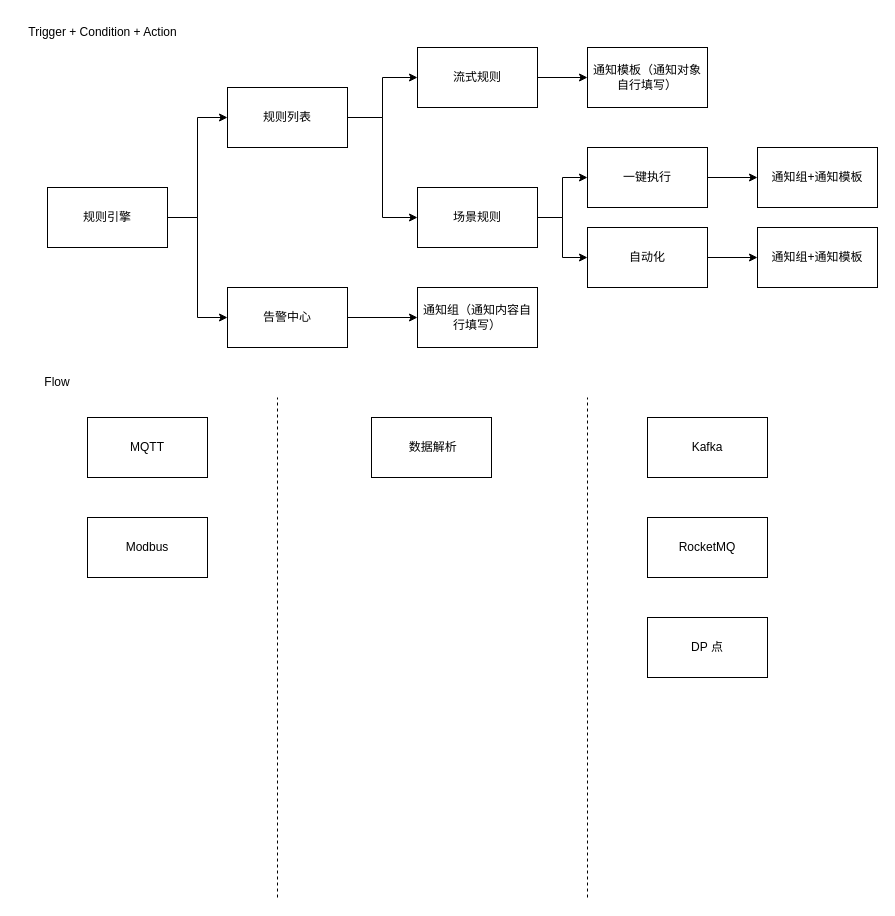
Sidamor/drawio keeps this draw.io diagram as page "Flow" (5 of 9) of Hedv.drawio. Above is the earlier version. Source tidied: cells renumbered, new cells numbered last; positions are measured from the earlier drawing's top-left corner, leaving out a move shared by most shapes. Both pictures are drawn from the tidied source at 100%, with x=0, y=0 at pixel (17, 17).
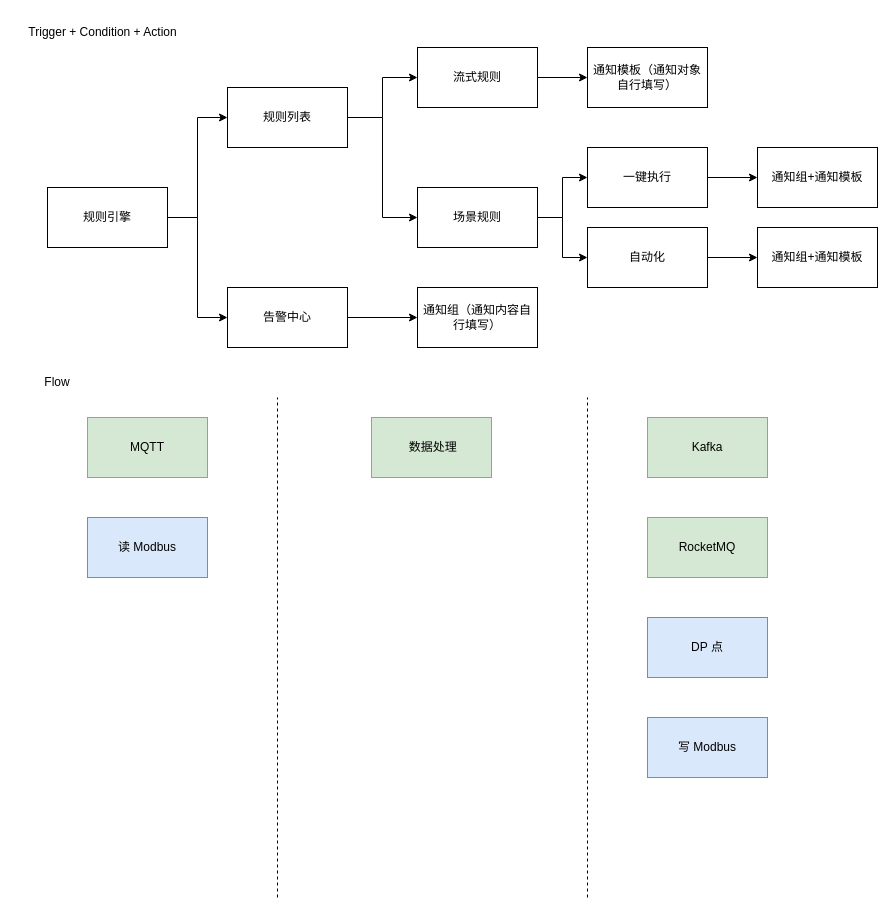
After the change.

The edit, as a diff of the source:
```diff
@@
-    <mxCell id="27" value="MQTT" style="rounded=0;whiteSpace=wrap;html=1;" parent="1" vertex="1">
+    <mxCell id="27" value="MQTT" style="rounded=0;whiteSpace=wrap;html=1;fillColor=#d5e8d4;strokeColor=#82b366;" parent="1" vertex="1">
       <mxGeometry x="70" y="400" width="120" height="60" as="geometry" />
     </mxCell>
-    <mxCell id="28" value="Modbus" style="rounded=0;whiteSpace=wrap;html=1;" parent="1" vertex="1">
+    <mxCell id="28" value="读 Modbus" style="rounded=0;whiteSpace=wrap;html=1;fillColor=#dae8fc;strokeColor=#6c8ebf;" parent="1" vertex="1">
       <mxGeometry x="70" y="500" width="120" height="60" as="geometry" />
     </mxCell>
-    <mxCell id="29" value="&amp;nbsp;数据解析" style="rounded=0;whiteSpace=wrap;html=1;" parent="1" vertex="1">
+    <mxCell id="29" value="&amp;nbsp;数据处理" style="rounded=0;whiteSpace=wrap;html=1;fillColor=#d5e8d4;strokeColor=#82b366;" parent="1" vertex="1">
       <mxGeometry x="354" y="400" width="120" height="60" as="geometry" />
     </mxCell>
-    <mxCell id="30" value="Kafka" style="rounded=0;whiteSpace=wrap;html=1;" parent="1" vertex="1">
+    <mxCell id="30" value="Kafka" style="rounded=0;whiteSpace=wrap;html=1;fillColor=#d5e8d4;strokeColor=#82b366;" parent="1" vertex="1">
       <mxGeometry x="630" y="400" width="120" height="60" as="geometry" />
     </mxCell>
-    <mxCell id="31" value="RocketMQ" style="rounded=0;whiteSpace=wrap;html=1;" parent="1" vertex="1">
+    <mxCell id="31" value="RocketMQ" style="rounded=0;whiteSpace=wrap;html=1;fillColor=#d5e8d4;strokeColor=#82b366;" parent="1" vertex="1">
       <mxGeometry x="630" y="500" width="120" height="60" as="geometry" />
     </mxCell>
-    <mxCell id="32" value="DP 点" style="rounded=0;whiteSpace=wrap;html=1;" parent="1" vertex="1">
+    <mxCell id="32" value="DP 点" style="rounded=0;whiteSpace=wrap;html=1;fillColor=#dae8fc;strokeColor=#6c8ebf;" parent="1" vertex="1">
       <mxGeometry x="630" y="600" width="120" height="60" as="geometry" />
     </mxCell>
+    <mxCell id="33" value="写 Modbus" style="rounded=0;whiteSpace=wrap;html=1;fillColor=#dae8fc;strokeColor=#6c8ebf;" parent="1" vertex="1">
+      <mxGeometry x="630" y="700" width="120" height="60" as="geometry" />
+    </mxCell>
```
